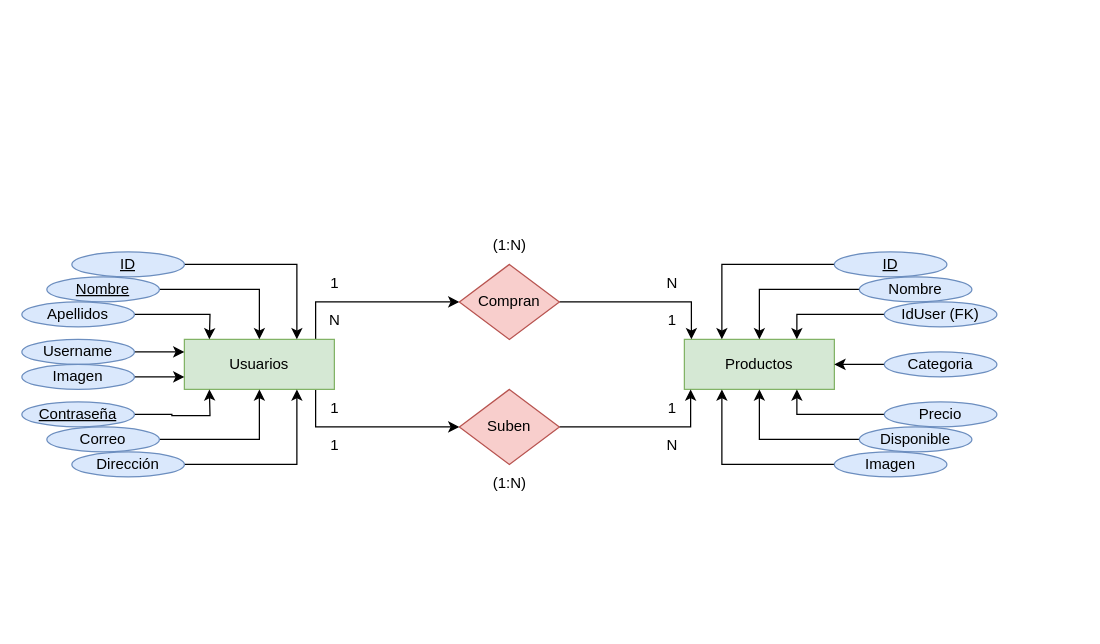
Before: E-RArteFatto.drawio in DanielNV002/Arte_Fatto_TFG, a draw.io diagram. Source tidied: cells renumbered, new cells numbered last; positions are measured from the earlier drawing's top-left corner, leaving out a move shared by most shapes. Both pictures are drawn from the tidied source at 125%, with x=0, y=0 at pixel (21, 226).
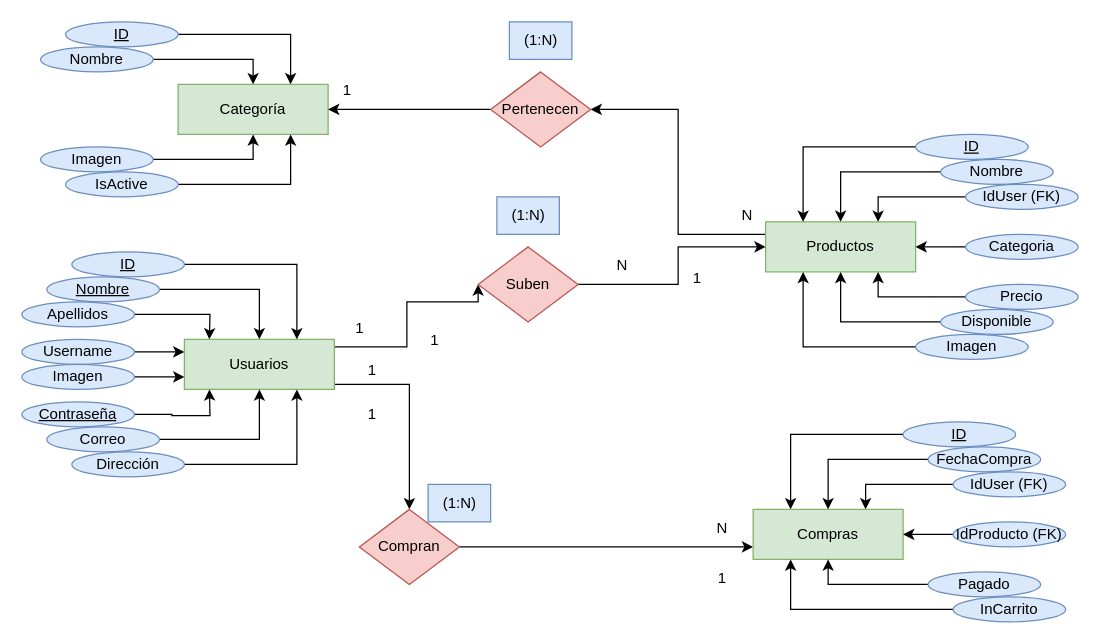
The same page after the edit.

The change refers to these unchanged cells:
```xml
<mxCell id="4" value="Usuarios" style="rounded=0;whiteSpace=wrap;html=1;fillColor=#d5e8d4;strokeColor=#82b366;" parent="1" vertex="1">
  <mxGeometry x="130" y="90" width="120" height="40" as="geometry" />
</mxCell>
```

The edit, as a diff of the source:
```diff
@@
-    <mxCell id="2" style="edgeStyle=orthogonalEdgeStyle;rounded=0;jettySize=auto;html=1;" parent="1" edge="1" source="4" target="7">
+    <mxCell id="2" style="edgeStyle=orthogonalEdgeStyle;rounded=0;jettySize=auto;html=1;entryX=0;entryY=0.5;entryDx=0;entryDy=0;" parent="1" edge="1" source="4" target="7">
       <mxGeometry relative="1" as="geometry">
         <Array as="points">
-          <mxPoint x="235" y="160" />
+          <mxPoint x="308" y="96" />
+          <mxPoint x="308" y="60" />
         </Array>
       </mxGeometry>
     </mxCell>
-    <mxCell id="3" style="edgeStyle=orthogonalEdgeStyle;rounded=0;jettySize=auto;html=1;entryX=0;entryY=0.5;entryDx=0;entryDy=0;" parent="1" edge="1" source="4" target="9">
+    <mxCell id="3" style="edgeStyle=orthogonalEdgeStyle;rounded=0;jettySize=auto;html=1;entryX=0.5;entryY=0;entryDx=0;entryDy=0;" parent="1" edge="1" source="4" target="9">
       <mxGeometry relative="1" as="geometry">
         <Array as="points">
-          <mxPoint x="235" y="60" />
+          <mxPoint x="310" y="126" />
         </Array>
       </mxGeometry>
     </mxCell>
@@
+    <mxCell id="50" style="edgeStyle=orthogonalEdgeStyle;rounded=0;jettySize=auto;html=1;entryX=1;entryY=0.5;entryDx=0;entryDy=0;" parent="1" edge="1" source="5" target="76">
+      <mxGeometry relative="1" as="geometry">
+        <Array as="points">
+          <mxPoint x="525" y="6" />
+          <mxPoint x="525" y="-94" />
+        </Array>
+      </mxGeometry>
+    </mxCell>
     <mxCell id="5" value="Productos" style="rounded=0;whiteSpace=wrap;html=1;fillColor=#d5e8d4;strokeColor=#82b366;" parent="1" vertex="1">
-      <mxGeometry x="530" y="90" width="120" height="40" as="geometry" />
+      <mxGeometry x="595" y="-4" width="120" height="40" as="geometry" />
     </mxCell>
-    <mxCell id="6" style="edgeStyle=orthogonalEdgeStyle;rounded=0;jettySize=auto;html=1;" parent="1" edge="1" source="7" target="5">
-      <mxGeometry relative="1" as="geometry">
-        <Array as="points">
-          <mxPoint x="535" y="160" />
-        </Array>
-      </mxGeometry>
-    </mxCell>
+    <mxCell id="51" style="edgeStyle=orthogonalEdgeStyle;rounded=0;jettySize=auto;html=1;" parent="1" edge="1" source="7">
+      <mxGeometry relative="1" as="geometry">
+        <mxPoint x="595" y="16" as="targetPoint" />
+        <Array as="points">
+          <mxPoint x="525" y="46" />
+          <mxPoint x="525" y="16" />
+          <mxPoint x="595" y="16" />
+        </Array>
+      </mxGeometry>
+    </mxCell>
     <mxCell id="7" value="Suben" style="rhombus;whiteSpace=wrap;html=1;fillColor=#f8cecc;strokeColor=#b85450;" parent="1" vertex="1">
-      <mxGeometry x="350" y="130" width="80" height="60" as="geometry" />
+      <mxGeometry x="365" y="16" width="80" height="60" as="geometry" />
     </mxCell>
-    <mxCell id="8" style="edgeStyle=orthogonalEdgeStyle;rounded=0;jettySize=auto;html=1;entryX=0.047;entryY=-0.001;entryDx=0;entryDy=0;entryPerimeter=0;" parent="1" edge="1" source="9" target="5">
-      <mxGeometry relative="1" as="geometry">
-        <Array as="points">
-          <mxPoint x="535" y="60" />
-          <mxPoint x="535" y="90" />
-        </Array>
-      </mxGeometry>
-    </mxCell>
+    <mxCell id="52" style="edgeStyle=orthogonalEdgeStyle;rounded=0;jettySize=auto;html=1;entryX=0;entryY=0.75;entryDx=0;entryDy=0;" parent="1" edge="1" source="9" target="62">
+      <mxGeometry relative="1" as="geometry" />
+    </mxCell>
     <mxCell id="9" value="Compran" style="rhombus;whiteSpace=wrap;html=1;fillColor=#f8cecc;strokeColor=#b85450;" parent="1" vertex="1">
-      <mxGeometry x="350" y="30" width="80" height="60" as="geometry" />
+      <mxGeometry x="270" y="226" width="80" height="60" as="geometry" />
     </mxCell>
@@
     <mxCell id="26" style="edgeStyle=orthogonalEdgeStyle;rounded=0;jettySize=auto;html=1;entryX=0.25;entryY=0;entryDx=0;entryDy=0;" parent="1" edge="1" source="27" target="5">
       <mxGeometry relative="1" as="geometry">
         <Array as="points">
-          <mxPoint x="560" y="30" />
+          <mxPoint x="625" y="-64" />
         </Array>
       </mxGeometry>
     </mxCell>
     <mxCell id="27" value="&lt;u&gt;ID&lt;/u&gt;" style="ellipse;whiteSpace=wrap;html=1;fillColor=#dae8fc;strokeColor=#6c8ebf;flipH=0;flipV=0;" parent="1" vertex="1">
-      <mxGeometry x="650" y="20" width="90" height="20" as="geometry" />
+      <mxGeometry x="715" y="-74" width="90" height="20" as="geometry" />
     </mxCell>
@@
     <mxCell id="29" value="Nombre" style="ellipse;whiteSpace=wrap;html=1;fillColor=#dae8fc;strokeColor=#6c8ebf;flipH=0;flipV=0;" parent="1" vertex="1">
-      <mxGeometry x="670" y="40" width="90" height="20" as="geometry" />
+      <mxGeometry x="735" y="-54" width="90" height="20" as="geometry" />
     </mxCell>
@@
     <mxCell id="31" value="IdUser (FK)" style="ellipse;whiteSpace=wrap;html=1;fillColor=#dae8fc;strokeColor=#6c8ebf;flipH=0;flipV=0;" parent="1" vertex="1">
-      <mxGeometry x="690" y="60" width="90" height="20" as="geometry" />
+      <mxGeometry x="755" y="-34" width="90" height="20" as="geometry" />
     </mxCell>
     <mxCell id="32" style="edgeStyle=orthogonalEdgeStyle;rounded=0;jettySize=auto;html=1;" parent="1" edge="1" source="33">
       <mxGeometry relative="1" as="geometry">
-        <mxPoint x="590" y="130" as="targetPoint" />
+        <mxPoint x="655" y="36" as="targetPoint" />
         <Array as="points">
-          <mxPoint x="590" y="170" />
-          <mxPoint x="590" y="130" />
+          <mxPoint x="655" y="76" />
+          <mxPoint x="655" y="36" />
         </Array>
       </mxGeometry>
     </mxCell>
     <mxCell id="33" value="Disponible" style="ellipse;whiteSpace=wrap;html=1;fillColor=#dae8fc;strokeColor=#6c8ebf;flipH=0;flipV=0;" parent="1" vertex="1">
-      <mxGeometry x="670" y="160" width="90" height="20" as="geometry" />
+      <mxGeometry x="735" y="66" width="90" height="20" as="geometry" />
     </mxCell>
     <mxCell id="34" style="edgeStyle=orthogonalEdgeStyle;rounded=0;jettySize=auto;html=1;entryX=0.25;entryY=1;entryDx=0;entryDy=0;" parent="1" edge="1" source="35" target="5">
       <mxGeometry relative="1" as="geometry">
         <Array as="points">
-          <mxPoint x="560" y="190" />
+          <mxPoint x="625" y="96" />
         </Array>
       </mxGeometry>
     </mxCell>
     <mxCell id="35" value="Imagen" style="ellipse;whiteSpace=wrap;html=1;fillColor=#dae8fc;strokeColor=#6c8ebf;flipH=0;flipV=0;" parent="1" vertex="1">
-      <mxGeometry x="650" y="180" width="90" height="20" as="geometry" />
+      <mxGeometry x="715" y="86" width="90" height="20" as="geometry" />
     </mxCell>
     <mxCell id="36" style="edgeStyle=orthogonalEdgeStyle;rounded=0;jettySize=auto;html=1;entryX=1;entryY=0.25;entryDx=0;entryDy=0;" parent="1" edge="1" source="37">
       <mxGeometry relative="1" as="geometry">
-        <mxPoint x="650" y="110" as="targetPoint" />
+        <mxPoint x="715" y="16" as="targetPoint" />
       </mxGeometry>
     </mxCell>
     <mxCell id="37" value="Categoria" style="ellipse;whiteSpace=wrap;html=1;fillColor=#dae8fc;strokeColor=#6c8ebf;flipH=0;flipV=0;" parent="1" vertex="1">
-      <mxGeometry x="690" y="100" width="90" height="20" as="geometry" />
+      <mxGeometry x="755" y="6" width="90" height="20" as="geometry" />
     </mxCell>
@@
     <mxCell id="39" value="Precio" style="ellipse;whiteSpace=wrap;html=1;fillColor=#dae8fc;strokeColor=#6c8ebf;flipH=0;flipV=0;" parent="1" vertex="1">
-      <mxGeometry x="690" y="140" width="90" height="20" as="geometry" />
+      <mxGeometry x="755" y="46" width="90" height="20" as="geometry" />
     </mxCell>
-    <mxCell id="40" value="1" style="text;html=1;align=center;verticalAlign=middle;strokeColor=none;fillColor=none;" parent="1" vertex="1">
-      <mxGeometry x="235" y="30" width="30" height="30" as="geometry" />
-    </mxCell>
-    <mxCell id="41" value="N" style="text;html=1;align=center;verticalAlign=middle;strokeColor=none;fillColor=none;" parent="1" vertex="1">
-      <mxGeometry x="505" y="30" width="30" height="30" as="geometry" />
-    </mxCell>
-    <mxCell id="42" value="1" style="text;html=1;align=center;verticalAlign=middle;strokeColor=none;fillColor=none;" parent="1" vertex="1">
-      <mxGeometry x="235" y="160" width="30" height="30" as="geometry" />
-    </mxCell>
-    <mxCell id="43" value="N" style="text;html=1;align=center;verticalAlign=middle;strokeColor=none;fillColor=none;" parent="1" vertex="1">
-      <mxGeometry x="505" y="160" width="30" height="30" as="geometry" />
-    </mxCell>
-    <mxCell id="44" value="1" style="text;html=1;align=center;verticalAlign=middle;strokeColor=none;fillColor=none;" parent="1" vertex="1">
-      <mxGeometry x="505" y="130" width="30" height="30" as="geometry" />
-    </mxCell>
-    <mxCell id="45" value="1" style="text;html=1;align=center;verticalAlign=middle;strokeColor=none;fillColor=none;" parent="1" vertex="1">
-      <mxGeometry x="235" y="130" width="30" height="30" as="geometry" />
-    </mxCell>
-    <mxCell id="46" value="1" style="text;html=1;align=center;verticalAlign=middle;strokeColor=none;fillColor=none;" parent="1" vertex="1">
-      <mxGeometry x="505" y="60" width="30" height="30" as="geometry" />
-    </mxCell>
-    <mxCell id="47" value="N" style="text;html=1;align=center;verticalAlign=middle;strokeColor=none;fillColor=none;" parent="1" vertex="1">
-      <mxGeometry x="235" y="60" width="30" height="30" as="geometry" />
-    </mxCell>
-    <mxCell id="48" value="(1:N)" style="text;html=1;align=center;verticalAlign=middle;strokeColor=none;fillColor=none;" parent="1" vertex="1">
-      <mxGeometry x="365" width="50" height="30" as="geometry" />
-    </mxCell>
-    <mxCell id="49" value="(1:N)" style="text;html=1;align=center;verticalAlign=middle;strokeColor=none;fillColor=none;" parent="1" vertex="1">
-      <mxGeometry x="365" y="190" width="50" height="30" as="geometry" />
-    </mxCell>
+    <mxCell id="53" value="Categoría" style="rounded=0;whiteSpace=wrap;html=1;fillColor=#d5e8d4;strokeColor=#82b366;" parent="1" vertex="1">
+      <mxGeometry x="125" y="-114" width="120" height="40" as="geometry" />
+    </mxCell>
+    <mxCell id="54" style="edgeStyle=orthogonalEdgeStyle;rounded=0;jettySize=auto;html=1;entryX=0.75;entryY=0;entryDx=0;entryDy=0;exitX=1;exitY=0.5;exitDx=0;exitDy=0;" parent="1" edge="1" source="55" target="53">
+      <mxGeometry relative="1" as="geometry">
+        <Array as="points">
+          <mxPoint x="215" y="-154" />
+        </Array>
+      </mxGeometry>
+    </mxCell>
+    <mxCell id="55" value="&lt;u&gt;ID&lt;/u&gt;" style="ellipse;whiteSpace=wrap;html=1;fillColor=#dae8fc;strokeColor=#6c8ebf;" parent="1" vertex="1">
+      <mxGeometry x="35" y="-164" width="90" height="20" as="geometry" />
+    </mxCell>
+    <mxCell id="56" style="edgeStyle=orthogonalEdgeStyle;rounded=0;jettySize=auto;html=1;entryX=0.5;entryY=0;entryDx=0;entryDy=0;" parent="1" edge="1" source="57" target="53">
+      <mxGeometry relative="1" as="geometry" />
+    </mxCell>
+    <mxCell id="57" value="Nombre" style="ellipse;whiteSpace=wrap;html=1;fillColor=#dae8fc;strokeColor=#6c8ebf;" parent="1" vertex="1">
+      <mxGeometry x="15" y="-144" width="90" height="20" as="geometry" />
+    </mxCell>
+    <mxCell id="58" style="edgeStyle=orthogonalEdgeStyle;rounded=0;jettySize=auto;html=1;entryX=0.75;entryY=1;entryDx=0;entryDy=0;" parent="1" edge="1" source="59" target="53">
+      <mxGeometry relative="1" as="geometry">
+        <Array as="points">
+          <mxPoint x="215" y="-34" />
+        </Array>
+      </mxGeometry>
+    </mxCell>
+    <mxCell id="59" value="IsActive" style="ellipse;whiteSpace=wrap;html=1;fillColor=#dae8fc;strokeColor=#6c8ebf;" parent="1" vertex="1">
+      <mxGeometry x="35" y="-44" width="90" height="20" as="geometry" />
+    </mxCell>
+    <mxCell id="60" style="edgeStyle=orthogonalEdgeStyle;rounded=0;jettySize=auto;html=1;entryX=0.5;entryY=1;entryDx=0;entryDy=0;" parent="1" edge="1" source="61" target="53">
+      <mxGeometry relative="1" as="geometry" />
+    </mxCell>
+    <mxCell id="61" value="Imagen" style="ellipse;whiteSpace=wrap;html=1;fillColor=#dae8fc;strokeColor=#6c8ebf;" parent="1" vertex="1">
+      <mxGeometry x="15" y="-64" width="90" height="20" as="geometry" />
+    </mxCell>
+    <mxCell id="62" value="Compras" style="rounded=0;whiteSpace=wrap;html=1;fillColor=#d5e8d4;strokeColor=#82b366;" parent="1" vertex="1">
+      <mxGeometry x="585" y="226" width="120" height="40" as="geometry" />
+    </mxCell>
+    <mxCell id="63" style="edgeStyle=orthogonalEdgeStyle;rounded=0;jettySize=auto;html=1;entryX=0.25;entryY=0;entryDx=0;entryDy=0;" parent="1" edge="1" source="64" target="62">
+      <mxGeometry relative="1" as="geometry">
+        <Array as="points">
+          <mxPoint x="615" y="166" />
+        </Array>
+      </mxGeometry>
+    </mxCell>
+    <mxCell id="64" value="&lt;u&gt;ID&lt;/u&gt;" style="ellipse;whiteSpace=wrap;html=1;fillColor=#dae8fc;strokeColor=#6c8ebf;flipH=0;flipV=0;" parent="1" vertex="1">
+      <mxGeometry x="705" y="156" width="90" height="20" as="geometry" />
+    </mxCell>
+    <mxCell id="65" style="edgeStyle=orthogonalEdgeStyle;rounded=0;jettySize=auto;html=1;entryX=0.5;entryY=0;entryDx=0;entryDy=0;" parent="1" edge="1" source="66" target="62">
+      <mxGeometry relative="1" as="geometry" />
+    </mxCell>
+    <mxCell id="66" value="FechaCompra" style="ellipse;whiteSpace=wrap;html=1;fillColor=#dae8fc;strokeColor=#6c8ebf;flipH=0;flipV=0;" parent="1" vertex="1">
+      <mxGeometry x="725" y="176" width="90" height="20" as="geometry" />
+    </mxCell>
+    <mxCell id="67" style="edgeStyle=orthogonalEdgeStyle;rounded=0;jettySize=auto;html=1;entryX=0.75;entryY=0;entryDx=0;entryDy=0;" parent="1" edge="1" source="68" target="62">
+      <mxGeometry relative="1" as="geometry" />
+    </mxCell>
+    <mxCell id="68" value="IdUser (FK)" style="ellipse;whiteSpace=wrap;html=1;fillColor=#dae8fc;strokeColor=#6c8ebf;flipH=0;flipV=0;" parent="1" vertex="1">
+      <mxGeometry x="745" y="196" width="90" height="20" as="geometry" />
+    </mxCell>
+    <mxCell id="69" style="edgeStyle=orthogonalEdgeStyle;rounded=0;jettySize=auto;html=1;" parent="1" edge="1" source="70" target="62">
+      <mxGeometry relative="1" as="geometry" />
+    </mxCell>
+    <mxCell id="70" value="IdProducto (FK)" style="ellipse;whiteSpace=wrap;html=1;fillColor=#dae8fc;strokeColor=#6c8ebf;flipH=0;flipV=0;" parent="1" vertex="1">
+      <mxGeometry x="745" y="236" width="90" height="20" as="geometry" />
+    </mxCell>
+    <mxCell id="71" style="edgeStyle=orthogonalEdgeStyle;rounded=0;jettySize=auto;html=1;entryX=0.5;entryY=1;entryDx=0;entryDy=0;" parent="1" edge="1" source="72" target="62">
+      <mxGeometry relative="1" as="geometry" />
+    </mxCell>
+    <mxCell id="72" value="Pagado" style="ellipse;whiteSpace=wrap;html=1;fillColor=#dae8fc;strokeColor=#6c8ebf;flipH=0;flipV=0;" parent="1" vertex="1">
+      <mxGeometry x="725" y="276" width="90" height="20" as="geometry" />
+    </mxCell>
+    <mxCell id="73" style="edgeStyle=orthogonalEdgeStyle;rounded=0;jettySize=auto;html=1;entryX=0.25;entryY=1;entryDx=0;entryDy=0;" parent="1" edge="1" source="74" target="62">
+      <mxGeometry relative="1" as="geometry" />
+    </mxCell>
+    <mxCell id="74" value="InCarrito" style="ellipse;whiteSpace=wrap;html=1;fillColor=#dae8fc;strokeColor=#6c8ebf;flipH=0;flipV=0;" parent="1" vertex="1">
+      <mxGeometry x="745" y="296" width="90" height="20" as="geometry" />
+    </mxCell>
+    <mxCell id="75" style="edgeStyle=orthogonalEdgeStyle;rounded=0;jettySize=auto;html=1;entryX=1;entryY=0.5;entryDx=0;entryDy=0;" parent="1" edge="1" source="76" target="53">
+      <mxGeometry relative="1" as="geometry" />
+    </mxCell>
+    <mxCell id="76" value="Pertenecen" style="rhombus;whiteSpace=wrap;html=1;fillColor=#f8cecc;strokeColor=#b85450;" parent="1" vertex="1">
+      <mxGeometry x="375" y="-124" width="80" height="60" as="geometry" />
+    </mxCell>
+    <mxCell id="77" value="N" style="text;html=1;align=center;verticalAlign=middle;strokeColor=none;fillColor=none;" parent="1" vertex="1">
+      <mxGeometry x="565" y="-24" width="30" height="30" as="geometry" />
+    </mxCell>
+    <mxCell id="78" value="1" style="text;html=1;align=center;verticalAlign=middle;strokeColor=none;fillColor=none;" parent="1" vertex="1">
+      <mxGeometry x="245" y="-124" width="30" height="30" as="geometry" />
+    </mxCell>
+    <mxCell id="79" value="N" style="text;html=1;align=center;verticalAlign=middle;strokeColor=none;fillColor=none;" parent="1" vertex="1">
+      <mxGeometry x="465" y="16" width="30" height="30" as="geometry" />
+    </mxCell>
+    <mxCell id="80" value="1" style="text;html=1;align=center;verticalAlign=middle;strokeColor=none;fillColor=none;" parent="1" vertex="1">
+      <mxGeometry x="525" y="26" width="30" height="30" as="geometry" />
+    </mxCell>
+    <mxCell id="81" value="1" style="text;html=1;align=center;verticalAlign=middle;strokeColor=none;fillColor=none;" parent="1" vertex="1">
+      <mxGeometry x="255" y="66" width="30" height="30" as="geometry" />
+    </mxCell>
+    <mxCell id="82" value="1" style="text;html=1;align=center;verticalAlign=middle;strokeColor=none;fillColor=none;" parent="1" vertex="1">
+      <mxGeometry x="315" y="76" width="30" height="30" as="geometry" />
+    </mxCell>
+    <mxCell id="83" value="1" style="text;html=1;align=center;verticalAlign=middle;strokeColor=none;fillColor=none;" parent="1" vertex="1">
+      <mxGeometry x="265" y="100" width="30" height="30" as="geometry" />
+    </mxCell>
+    <mxCell id="84" value="N" style="text;html=1;align=center;verticalAlign=middle;strokeColor=none;fillColor=none;" parent="1" vertex="1">
+      <mxGeometry x="545" y="226" width="30" height="30" as="geometry" />
+    </mxCell>
+    <mxCell id="85" value="1" style="text;html=1;align=center;verticalAlign=middle;strokeColor=none;fillColor=none;" parent="1" vertex="1">
+      <mxGeometry x="545" y="266" width="30" height="30" as="geometry" />
+    </mxCell>
+    <mxCell id="86" value="1" style="text;html=1;align=center;verticalAlign=middle;strokeColor=none;fillColor=none;" parent="1" vertex="1">
+      <mxGeometry x="265" y="135" width="30" height="30" as="geometry" />
+    </mxCell>
+    <mxCell id="87" value="(1:N)" style="text;html=1;align=center;verticalAlign=middle;strokeColor=#6c8ebf;fillColor=#dae8fc;" parent="1" vertex="1">
+      <mxGeometry x="325" y="206" width="50" height="30" as="geometry" />
+    </mxCell>
+    <mxCell id="88" value="(1:N)" style="text;html=1;align=center;verticalAlign=middle;strokeColor=#6c8ebf;fillColor=#dae8fc;" parent="1" vertex="1">
+      <mxGeometry x="380" y="-24" width="50" height="30" as="geometry" />
+    </mxCell>
+    <mxCell id="89" value="(1:N)" style="text;html=1;align=center;verticalAlign=middle;strokeColor=#6c8ebf;fillColor=#dae8fc;" parent="1" vertex="1">
+      <mxGeometry x="390" y="-164" width="50" height="30" as="geometry" />
+    </mxCell>
```
